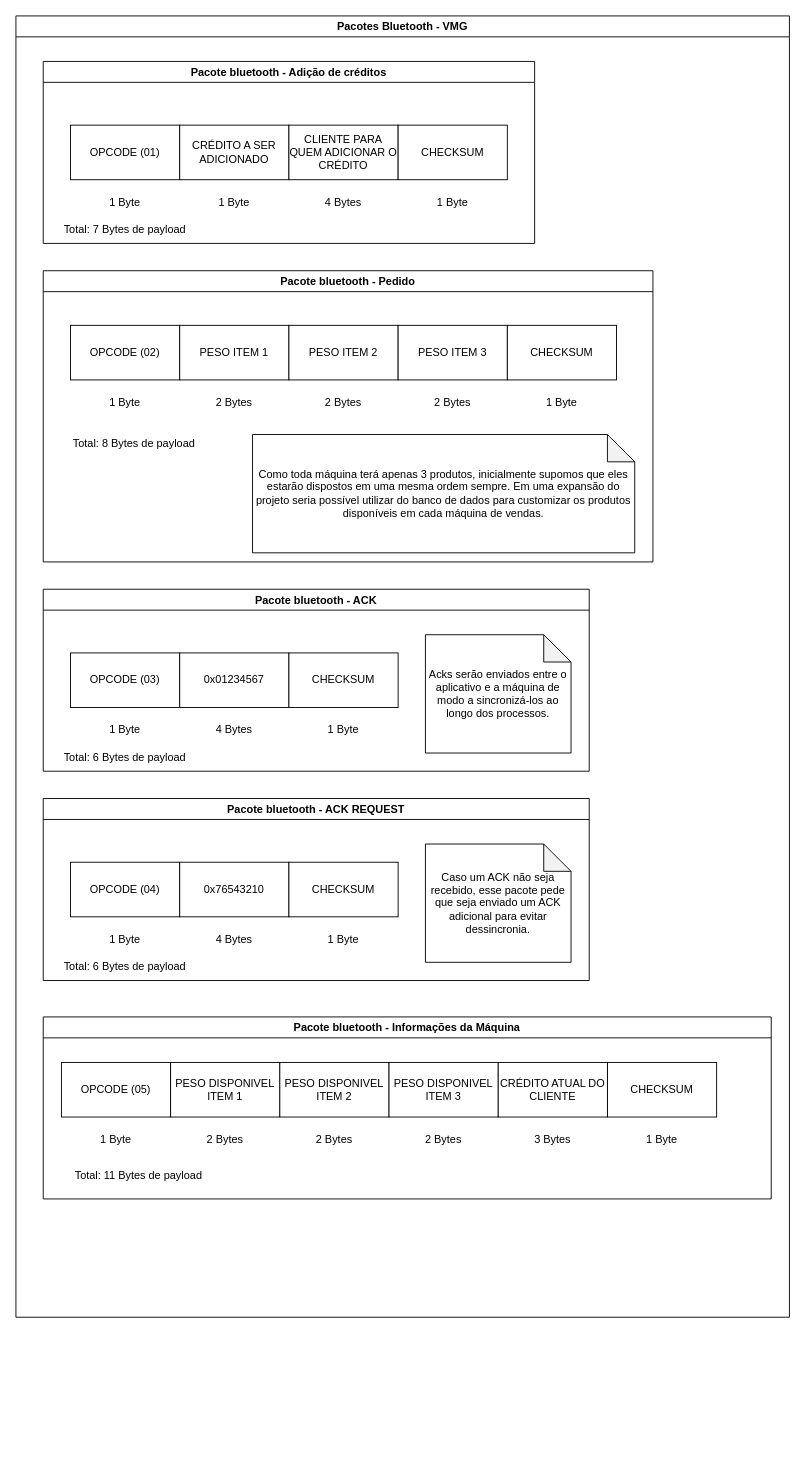
The draw.io diagram Diagramas/PacoteBluetooth.drawio in Pieraqua/VMG_VendingMachineGranel, before the edit. Source tidied: cells renumbered, new cells numbered last; positions are measured from the earlier drawing's top-left corner, leaving out a move shared by most shapes. Both pictures are drawn from the tidied source at 91%, with x=0, y=0 at pixel (15, 15).
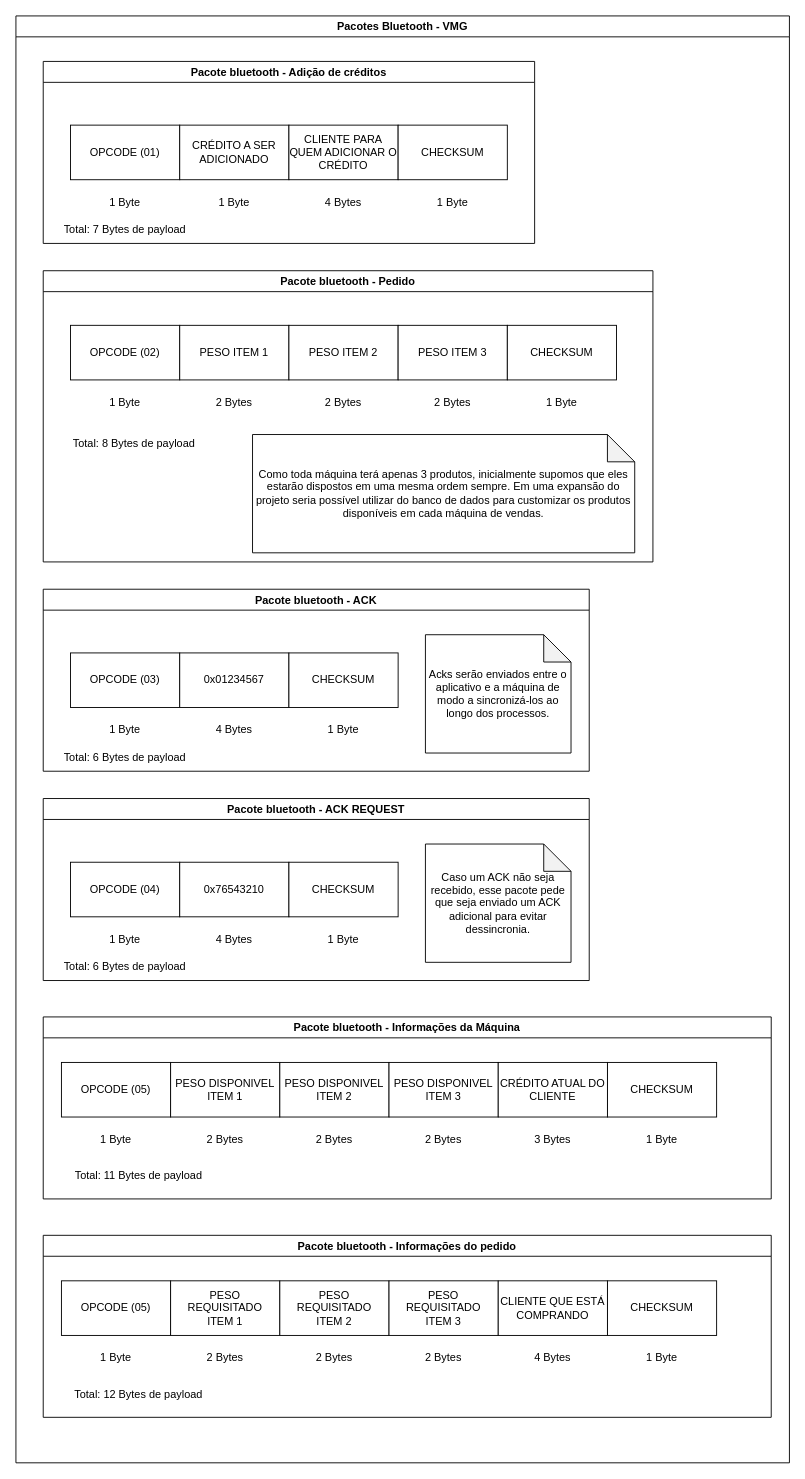
The same page after the edit.

What changed in the source:
```diff
@@
     <mxCell id="43" value="Pacotes Bluetooth - VMG" style="swimlane;" parent="1" vertex="1">
-      <mxGeometry width="850" height="1430" as="geometry" />
+      <mxGeometry width="850" height="1590" as="geometry" />
     </mxCell>
@@
+    <mxCell id="58" value="Pacote bluetooth - Informações do pedido" style="swimlane;rounded=0;strokeWidth=1;" parent="43" vertex="1">
+      <mxGeometry x="30" y="1340" width="800" height="200" as="geometry" />
+    </mxCell>
+    <mxCell id="59" value="OPCODE (05)" style="rounded=0;whiteSpace=wrap;html=1;" parent="58" vertex="1">
+      <mxGeometry x="20" y="50" width="120" height="60" as="geometry" />
+    </mxCell>
+    <mxCell id="60" value="PESO REQUISITADO &lt;br&gt;ITEM 1" style="rounded=0;whiteSpace=wrap;html=1;" parent="58" vertex="1">
+      <mxGeometry x="140" y="50" width="120" height="60" as="geometry" />
+    </mxCell>
+    <mxCell id="61" value="PESO REQUISITADO&lt;br&gt;ITEM 2" style="rounded=0;whiteSpace=wrap;html=1;" parent="58" vertex="1">
+      <mxGeometry x="260" y="50" width="120" height="60" as="geometry" />
+    </mxCell>
+    <mxCell id="62" value="PESO REQUISITADO&lt;br&gt;ITEM 3" style="rounded=0;whiteSpace=wrap;html=1;" parent="58" vertex="1">
+      <mxGeometry x="380" y="50" width="120" height="60" as="geometry" />
+    </mxCell>
+    <mxCell id="63" value="CHECKSUM" style="rounded=0;whiteSpace=wrap;html=1;" parent="58" vertex="1">
+      <mxGeometry x="620" y="50" width="120" height="60" as="geometry" />
+    </mxCell>
+    <mxCell id="64" value="1 Byte" style="text;html=1;strokeColor=none;fillColor=none;align=center;verticalAlign=middle;whiteSpace=wrap;rounded=0;" parent="58" vertex="1">
+      <mxGeometry x="50" y="120" width="60" height="30" as="geometry" />
+    </mxCell>
+    <mxCell id="65" value="2 Bytes" style="text;html=1;strokeColor=none;fillColor=none;align=center;verticalAlign=middle;whiteSpace=wrap;rounded=0;" parent="58" vertex="1">
+      <mxGeometry x="170" y="120" width="60" height="30" as="geometry" />
+    </mxCell>
+    <mxCell id="66" value="2 Bytes" style="text;html=1;strokeColor=none;fillColor=none;align=center;verticalAlign=middle;whiteSpace=wrap;rounded=0;" parent="58" vertex="1">
+      <mxGeometry x="290" y="120" width="60" height="30" as="geometry" />
+    </mxCell>
+    <mxCell id="67" value="2 Bytes" style="text;html=1;strokeColor=none;fillColor=none;align=center;verticalAlign=middle;whiteSpace=wrap;rounded=0;" parent="58" vertex="1">
+      <mxGeometry x="410" y="120" width="60" height="30" as="geometry" />
+    </mxCell>
+    <mxCell id="68" value="1 Byte" style="text;html=1;strokeColor=none;fillColor=none;align=center;verticalAlign=middle;whiteSpace=wrap;rounded=0;" parent="58" vertex="1">
+      <mxGeometry x="650" y="120" width="60" height="30" as="geometry" />
+    </mxCell>
+    <mxCell id="69" value="CLIENTE QUE ESTÁ COMPRANDO" style="rounded=0;whiteSpace=wrap;html=1;" parent="58" vertex="1">
+      <mxGeometry x="500" y="50" width="120" height="60" as="geometry" />
+    </mxCell>
+    <mxCell id="70" value="4 Bytes" style="text;html=1;strokeColor=none;fillColor=none;align=center;verticalAlign=middle;whiteSpace=wrap;rounded=0;" parent="58" vertex="1">
+      <mxGeometry x="530" y="120" width="60" height="30" as="geometry" />
+    </mxCell>
+    <mxCell id="71" value="Total: 12 Bytes de payload" style="text;html=1;strokeColor=none;fillColor=none;align=center;verticalAlign=middle;whiteSpace=wrap;rounded=0;" parent="58" vertex="1">
+      <mxGeometry x="20" y="160" width="170" height="30" as="geometry" />
+    </mxCell>
```
